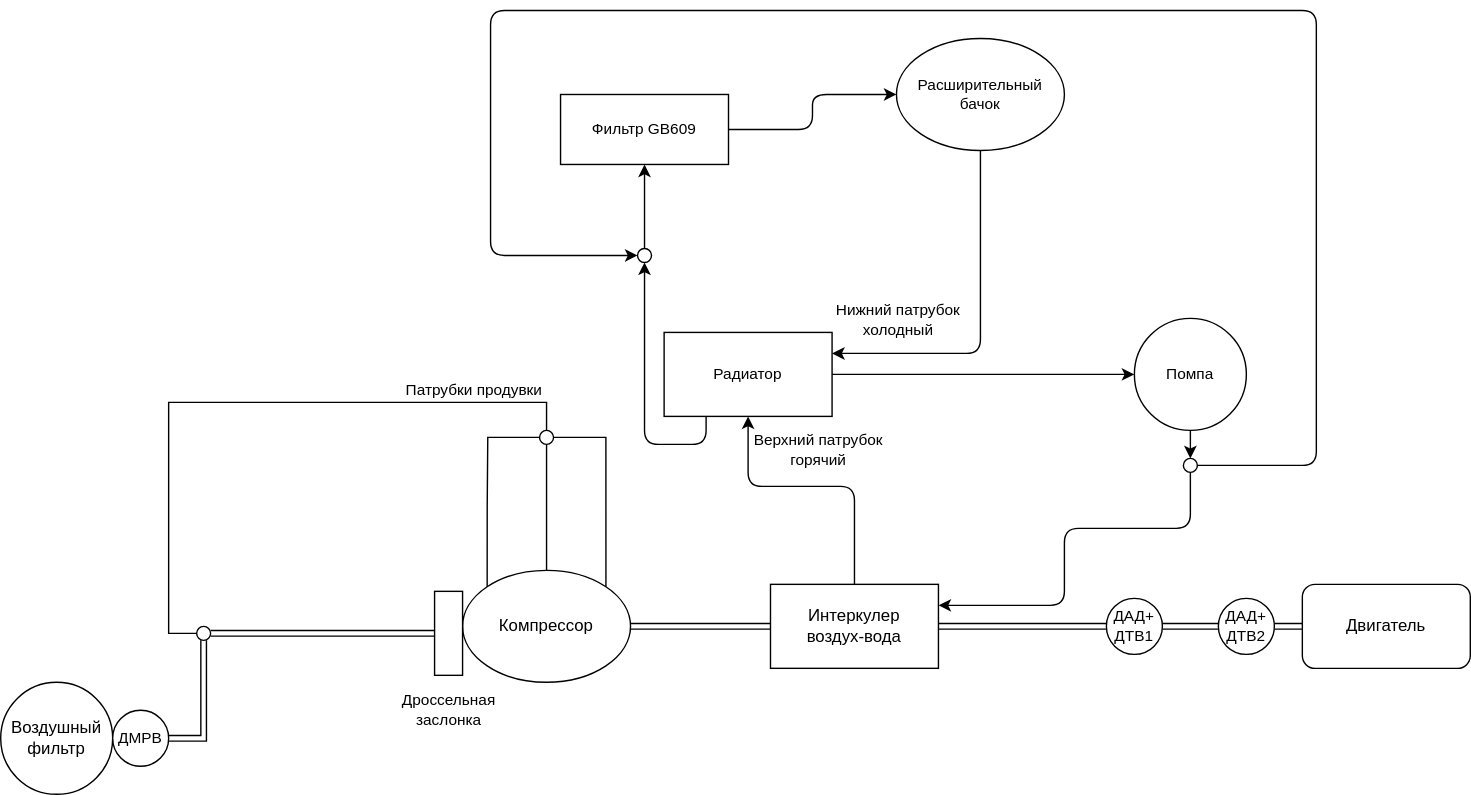
The draw.io diagram parts_scheme.drawio.svg in kak-tus/compressor, before a commit. Source tidied: cells renumbered, new cells last; positions are measured from the earlier drawing's top-left corner, leaving out a move shared by most shapes.
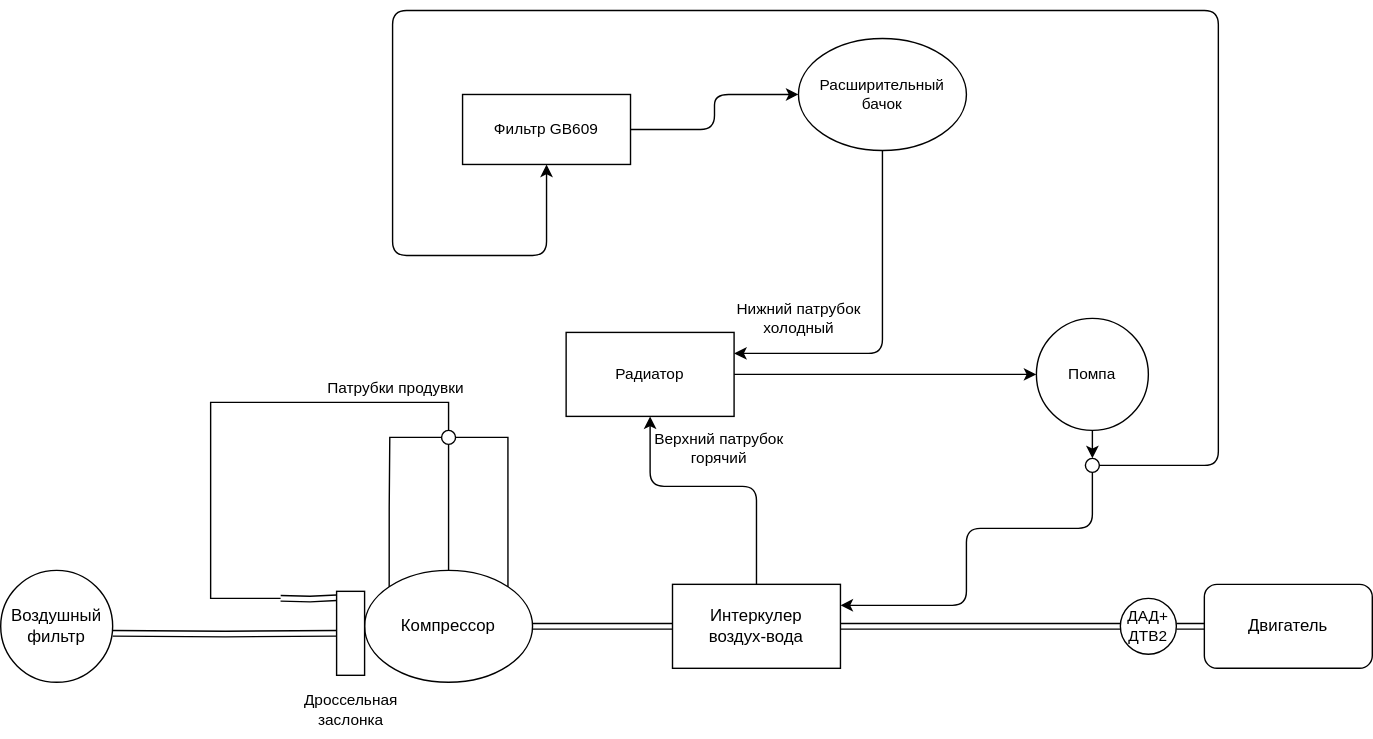
After the commit.

Commit message:
New compressor scheme.

The edit, as a diff of the source:
```diff
@@ -2,11 +2,13 @@
   <root>
     <mxCell id="0" />
     <mxCell id="1" parent="0" />
-    <mxCell id="2" style="edgeStyle=orthogonalEdgeStyle;rounded=0;jettySize=auto;html=1;exitX=1;exitY=0.5;exitDx=0;exitDy=0;entryX=0;entryY=0.5;entryDx=0;entryDy=0;endArrow=none;endFill=0;shape=link;strokeWidth=1;startArrow=none;" parent="1" edge="1" source="33" target="14">
-      <mxGeometry relative="1" as="geometry" />
+    <mxCell id="2" style="edgeStyle=orthogonalEdgeStyle;rounded=0;jettySize=auto;html=1;exitX=1;exitY=0.5;exitDx=0;exitDy=0;entryX=0;entryY=0.5;entryDx=0;entryDy=0;endArrow=none;endFill=0;shape=link;strokeWidth=1;startArrow=none;" parent="1" edge="1" target="14">
+      <mxGeometry relative="1" as="geometry">
+        <mxPoint x="150" y="445" as="sourcePoint" />
+      </mxGeometry>
     </mxCell>
     <mxCell id="3" value="Воздушный фильтр" style="ellipse;whiteSpace=wrap;html=1;" parent="1" vertex="1">
-      <mxGeometry y="480" width="80" height="80" as="geometry" />
+      <mxGeometry x="70" y="400" width="80" height="80" as="geometry" />
     </mxCell>
     <mxCell id="4" style="edgeStyle=orthogonalEdgeStyle;shape=link;rounded=0;jettySize=auto;html=1;exitX=1;exitY=0.5;exitDx=0;exitDy=0;entryX=0;entryY=0.5;entryDx=0;entryDy=0;labelBackgroundColor=default;strokeColor=default;strokeWidth=1;fontFamily=Helvetica;fontSize=11;fontColor=default;endArrow=none;endFill=0;" parent="1" edge="1" source="8" target="12">
       <mxGeometry relative="1" as="geometry" />
@@ -56,12 +58,6 @@
     <mxCell id="15" value="Дроссельная&lt;br&gt;заслонка" style="text;html=1;align=center;verticalAlign=middle;strokeColor=none;fillColor=none;fontSize=11;fontFamily=Helvetica;fontColor=default;" parent="1" vertex="1">
       <mxGeometry x="275" y="480" width="90" height="40" as="geometry" />
     </mxCell>
-    <mxCell id="16" style="edgeStyle=orthogonalEdgeStyle;shape=link;rounded=0;jettySize=auto;html=1;exitX=1;exitY=0.5;exitDx=0;exitDy=0;labelBackgroundColor=default;strokeColor=default;strokeWidth=1;fontFamily=Helvetica;fontSize=11;fontColor=default;endArrow=none;endFill=0;entryX=0;entryY=0.5;entryDx=0;entryDy=0;" parent="1" edge="1" source="17" target="18">
-      <mxGeometry relative="1" as="geometry" />
-    </mxCell>
-    <mxCell id="17" value="ДАД+&lt;br&gt;ДТВ1" style="ellipse;whiteSpace=wrap;html=1;fontFamily=Helvetica;fontSize=11;fontColor=default;" parent="1" vertex="1">
-      <mxGeometry x="790" y="420" width="40" height="40" as="geometry" />
-    </mxCell>
     <mxCell id="18" value="ДАД+&lt;br&gt;ДТВ2" style="ellipse;whiteSpace=wrap;html=1;fontFamily=Helvetica;fontSize=11;fontColor=default;" parent="1" vertex="1">
       <mxGeometry x="870" y="420" width="40" height="40" as="geometry" />
     </mxCell>
@@ -73,9 +69,6 @@
         <mxPoint x="7" y="-38" as="offset" />
       </mxGeometry>
     </mxCell>
-    <mxCell id="21" style="edgeStyle=none;html=1;exitX=0.5;exitY=0;exitDx=0;exitDy=0;entryX=0.5;entryY=1;entryDx=0;entryDy=0;startArrow=none;" parent="1" edge="1" source="40" target="35">
-      <mxGeometry relative="1" as="geometry" />
-    </mxCell>
     <mxCell id="22" value="Радиатор" style="rounded=0;whiteSpace=wrap;html=1;fontFamily=Helvetica;fontSize=11;fontColor=default;" parent="1" vertex="1">
       <mxGeometry x="474" y="230" width="120" height="60" as="geometry" />
     </mxCell>
@@ -101,14 +94,18 @@
     <mxCell id="26" value="Помпа" style="ellipse;whiteSpace=wrap;html=1;fontFamily=Helvetica;fontSize=11;fontColor=default;" parent="1" vertex="1">
       <mxGeometry x="810" y="220" width="80" height="80" as="geometry" />
     </mxCell>
-    <mxCell id="27" style="edgeStyle=orthogonalEdgeStyle;shape=link;rounded=0;jettySize=auto;html=1;exitX=1;exitY=0.5;exitDx=0;exitDy=0;entryX=0;entryY=0.5;entryDx=0;entryDy=0;labelBackgroundColor=default;strokeColor=default;strokeWidth=1;fontFamily=Helvetica;fontSize=11;fontColor=default;endArrow=none;endFill=0;" parent="1" edge="1" source="12" target="17">
+    <mxCell id="27" style="edgeStyle=orthogonalEdgeStyle;shape=link;rounded=0;jettySize=auto;html=1;exitX=1;exitY=0.5;exitDx=0;exitDy=0;entryX=0;entryY=0.5;entryDx=0;entryDy=0;labelBackgroundColor=default;strokeColor=default;strokeWidth=1;fontFamily=Helvetica;fontSize=11;fontColor=default;endArrow=none;endFill=0;" parent="1" edge="1" source="12" target="18">
       <mxGeometry relative="1" as="geometry" />
     </mxCell>
-    <mxCell id="28" value="ДМРВ" style="ellipse;whiteSpace=wrap;html=1;fontFamily=Helvetica;fontSize=11;fontColor=default;" parent="1" vertex="1">
-      <mxGeometry x="80" y="500" width="40" height="40" as="geometry" />
-    </mxCell>
-    <mxCell id="29" style="edgeStyle=orthogonalEdgeStyle;shape=connector;rounded=0;jettySize=auto;html=1;exitX=0.5;exitY=0;exitDx=0;exitDy=0;labelBackgroundColor=default;strokeColor=default;fontFamily=Helvetica;fontSize=11;fontColor=default;endArrow=none;endFill=0;entryX=0;entryY=0.5;entryDx=0;entryDy=0;" parent="1" edge="1" source="31" target="33">
-      <mxGeometry relative="1" as="geometry" />
+    <mxCell id="29" style="edgeStyle=orthogonalEdgeStyle;shape=connector;rounded=0;jettySize=auto;html=1;exitX=0.5;exitY=0;exitDx=0;exitDy=0;labelBackgroundColor=default;strokeColor=default;fontFamily=Helvetica;fontSize=11;fontColor=default;endArrow=none;endFill=0;" parent="1" edge="1" source="31">
+      <mxGeometry relative="1" as="geometry">
+        <mxPoint x="270" y="420" as="targetPoint" />
+        <Array as="points">
+          <mxPoint x="390" y="280" />
+          <mxPoint x="220" y="280" />
+          <mxPoint x="220" y="420" />
+        </Array>
+      </mxGeometry>
     </mxCell>
     <mxCell id="30" value="Патрубки продувки" style="edgeLabel;html=1;align=center;verticalAlign=middle;fontSize=11;fontFamily=Helvetica;fontColor=default;" parent="29" vertex="1">
       <mxGeometry x="-0.67" relative="1" as="geometry">
@@ -118,12 +115,6 @@
     <mxCell id="31" style="ellipse;whiteSpace=wrap;html=1;fontFamily=Helvetica;fontSize=11;fontColor=default;" parent="1" vertex="1">
       <mxGeometry x="385" y="300" width="10" height="10" as="geometry" />
     </mxCell>
-    <mxCell id="32" style="edgeStyle=orthogonalEdgeStyle;rounded=0;jettySize=auto;html=1;entryX=0.5;entryY=1;entryDx=0;entryDy=0;endArrow=none;endFill=0;shape=link;strokeWidth=1;exitX=1;exitY=0.5;exitDx=0;exitDy=0;" parent="1" edge="1" source="28" target="33">
-      <mxGeometry relative="1" as="geometry" />
-    </mxCell>
-    <mxCell id="33" style="ellipse;whiteSpace=wrap;html=1;fontFamily=Helvetica;fontSize=11;fontColor=default;" parent="1" vertex="1">
-      <mxGeometry x="140" y="440" width="10" height="10" as="geometry" />
-    </mxCell>
     <mxCell id="34" style="edgeStyle=none;html=1;exitX=1;exitY=0.5;exitDx=0;exitDy=0;entryX=0;entryY=0.5;entryDx=0;entryDy=0;fontSize=11;" parent="1" edge="1" source="35" target="24">
       <mxGeometry relative="1" as="geometry">
         <Array as="points">
@@ -138,29 +129,25 @@
     <mxCell id="36" style="edgeStyle=none;html=1;exitX=0.5;exitY=1;exitDx=0;exitDy=0;entryX=0.5;entryY=0;entryDx=0;entryDy=0;endArrow=classic;endFill=1;" parent="1" edge="1" source="26" target="38">
       <mxGeometry relative="1" as="geometry" />
     </mxCell>
-    <mxCell id="37" style="edgeStyle=none;html=1;exitX=1;exitY=0.5;exitDx=0;exitDy=0;entryX=0;entryY=0.5;entryDx=0;entryDy=0;" parent="1" edge="1" source="38" target="40">
+    <mxCell id="37" style="edgeStyle=none;html=1;exitX=1;exitY=0.5;exitDx=0;exitDy=0;entryX=0.5;entryY=1;entryDx=0;entryDy=0;" parent="1" edge="1" source="38" target="35">
       <mxGeometry relative="1" as="geometry">
         <Array as="points">
           <mxPoint x="940" y="325" />
           <mxPoint x="940" />
           <mxPoint x="350" />
           <mxPoint x="350" y="175" />
+          <mxPoint x="460" y="175" />
         </Array>
       </mxGeometry>
     </mxCell>
     <mxCell id="38" style="ellipse;whiteSpace=wrap;html=1;fontFamily=Helvetica;fontSize=11;fontColor=default;" parent="1" vertex="1">
       <mxGeometry x="845" y="320" width="10" height="10" as="geometry" />
     </mxCell>
-    <mxCell id="39" style="edgeStyle=none;html=1;exitX=0.25;exitY=1;exitDx=0;exitDy=0;entryX=0.5;entryY=1;entryDx=0;entryDy=0;endArrow=classic;endFill=1;" parent="1" edge="1" source="22" target="40">
-      <mxGeometry relative="1" as="geometry">
-        <Array as="points">
-          <mxPoint x="504" y="310" />
-          <mxPoint x="460" y="310" />
-        </Array>
-      </mxGeometry>
-    </mxCell>
-    <mxCell id="40" style="ellipse;whiteSpace=wrap;html=1;fontFamily=Helvetica;fontSize=11;fontColor=default;" parent="1" vertex="1">
-      <mxGeometry x="455" y="170" width="10" height="10" as="geometry" />
-    </mxCell>
+    <mxCell id="41" style="edgeStyle=orthogonalEdgeStyle;rounded=0;orthogonalLoop=1;jettySize=auto;html=1;entryX=0;entryY=0.5;entryDx=0;entryDy=0;endArrow=none;endFill=0;shape=link;strokeWidth=1;startArrow=none;" parent="1" edge="1">
+      <mxGeometry relative="1" as="geometry">
+        <mxPoint x="270" y="420" as="sourcePoint" />
+        <mxPoint x="310" y="419.6" as="targetPoint" />
+      </mxGeometry>
+    </mxCell>
   </root>
 </mxGraphModel>
```
